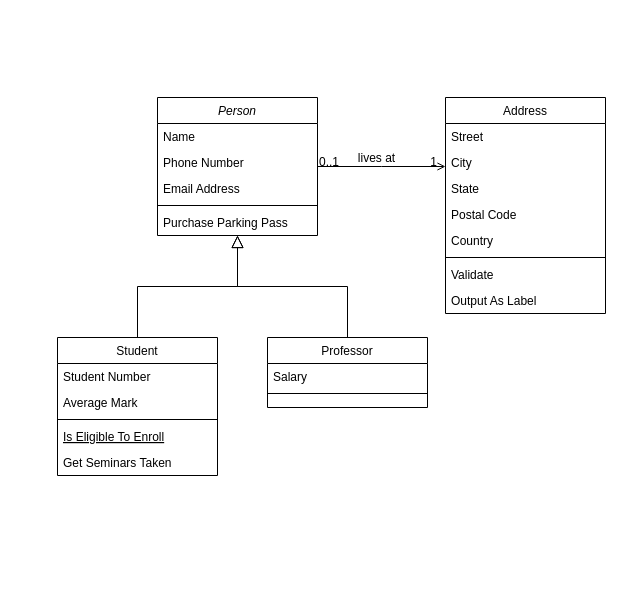
Before: Untitled Diagram.drawio in cpsany/Java, a draw.io diagram. Source tidied: cells renumbered, new cells numbered last; positions are measured from the earlier drawing's top-left corner, leaving out a move shared by most shapes. Both pictures are drawn from the tidied source at 100%, with x=0, y=0 at pixel (57, 97).
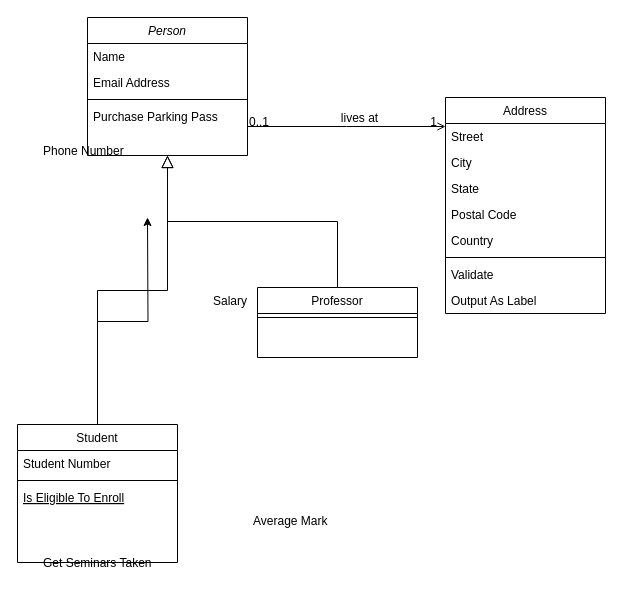
Above is the later version.

What changed in the source:
```diff
@@
     <mxCell id="2" value="Person" style="swimlane;fontStyle=2;align=center;verticalAlign=top;horizontal=1;startSize=26;rounded=0;shadow=0;strokeWidth=1;" parent="1" vertex="1">
-      <mxGeometry x="100" width="160" height="138" as="geometry" />
+      <mxGeometry x="30" y="-80" width="160" height="138" as="geometry" />
     </mxCell>
@@
-    <mxCell id="4" value="Phone Number" style="text;align=left;verticalAlign=top;spacingLeft=4;spacingRight=4;overflow=hidden;rounded=0;shadow=0;html=0;" parent="2" vertex="1">
-      <mxGeometry y="52" width="160" height="26" as="geometry" />
-    </mxCell>
     <mxCell id="5" value="Email Address" style="text;align=left;verticalAlign=top;spacingLeft=4;spacingRight=4;overflow=hidden;rounded=0;shadow=0;html=0;" parent="2" vertex="1">
-      <mxGeometry y="78" width="160" height="26" as="geometry" />
+      <mxGeometry y="52" width="160" height="26" as="geometry" />
     </mxCell>
     <mxCell id="6" style="line;html=1;strokeWidth=1;align=left;verticalAlign=middle;spacingTop=-1;spacingLeft=3;spacingRight=3;labelPosition=right;" parent="2" vertex="1">
-      <mxGeometry y="104" width="160" height="8" as="geometry" />
+      <mxGeometry y="78" width="160" height="8" as="geometry" />
     </mxCell>
     <mxCell id="7" value="Purchase Parking Pass" style="text;align=left;verticalAlign=top;spacingLeft=4;spacingRight=4;overflow=hidden;" parent="2" vertex="1">
-      <mxGeometry y="112" width="160" height="26" as="geometry" />
+      <mxGeometry y="86" width="160" height="26" as="geometry" />
     </mxCell>
+    <mxCell id="32" style="edgeStyle=orthogonalEdgeStyle;rounded=0;jettySize=auto;html=1;exitX=0.5;exitY=0;exitDx=0;exitDy=0;" parent="1" edge="1" source="8">
+      <mxGeometry relative="1" as="geometry">
+        <mxPoint x="90" y="120" as="targetPoint" />
+      </mxGeometry>
+    </mxCell>
     <mxCell id="8" value="Student" style="swimlane;fontStyle=0;align=center;verticalAlign=top;horizontal=1;startSize=26;rounded=0;shadow=0;strokeWidth=1;" parent="1" vertex="1">
-      <mxGeometry y="240" width="160" height="138" as="geometry" />
+      <mxGeometry x="-40" y="327" width="160" height="138" as="geometry" />
     </mxCell>
@@
-    <mxCell id="10" value="Average Mark" style="text;align=left;verticalAlign=top;spacingLeft=4;spacingRight=4;overflow=hidden;rounded=0;shadow=0;html=0;" parent="8" vertex="1">
-      <mxGeometry y="52" width="160" height="26" as="geometry" />
-    </mxCell>
     <mxCell id="11" style="line;html=1;strokeWidth=1;align=left;verticalAlign=middle;spacingTop=-1;spacingLeft=3;spacingRight=3;labelPosition=right;" parent="8" vertex="1">
-      <mxGeometry y="78" width="160" height="8" as="geometry" />
+      <mxGeometry y="52" width="160" height="8" as="geometry" />
     </mxCell>
     <mxCell id="12" value="Is Eligible To Enroll" style="text;align=left;verticalAlign=top;spacingLeft=4;spacingRight=4;overflow=hidden;fontStyle=4;" parent="8" vertex="1">
-      <mxGeometry y="86" width="160" height="26" as="geometry" />
+      <mxGeometry y="60" width="160" height="26" as="geometry" />
     </mxCell>
-    <mxCell id="13" value="Get Seminars Taken" style="text;align=left;verticalAlign=top;spacingLeft=4;spacingRight=4;overflow=hidden;" parent="8" vertex="1">
-      <mxGeometry y="112" width="160" height="26" as="geometry" />
-    </mxCell>
@@
     <mxCell id="15" value="Professor" style="swimlane;fontStyle=0;align=center;verticalAlign=top;horizontal=1;startSize=26;rounded=0;shadow=0;strokeWidth=1;" parent="1" vertex="1">
-      <mxGeometry x="210" y="240" width="160" height="70" as="geometry" />
+      <mxGeometry x="200" y="190" width="160" height="70" as="geometry" />
     </mxCell>
-    <mxCell id="16" value="Salary" style="text;align=left;verticalAlign=top;spacingLeft=4;spacingRight=4;overflow=hidden;" parent="15" vertex="1">
-      <mxGeometry y="26" width="160" height="26" as="geometry" />
-    </mxCell>
     <mxCell id="17" style="line;html=1;strokeWidth=1;align=left;verticalAlign=middle;spacingTop=-1;spacingLeft=3;spacingRight=3;labelPosition=right;" parent="15" vertex="1">
-      <mxGeometry y="52" width="160" height="8" as="geometry" />
+      <mxGeometry y="26" width="160" height="8" as="geometry" />
     </mxCell>
@@
+    <mxCell id="10" value="Average Mark" style="text;align=left;verticalAlign=top;spacingLeft=4;spacingRight=4;overflow=hidden;rounded=0;shadow=0;html=0;" parent="1" vertex="1">
+      <mxGeometry x="190" y="410" width="160" height="26" as="geometry" />
+    </mxCell>
+    <mxCell id="13" value="Get Seminars Taken" style="text;align=left;verticalAlign=top;spacingLeft=4;spacingRight=4;overflow=hidden;" parent="1" vertex="1">
+      <mxGeometry x="-20" y="452" width="160" height="26" as="geometry" />
+    </mxCell>
+    <mxCell id="4" value="Phone Number" style="text;align=left;verticalAlign=top;spacingLeft=4;spacingRight=4;overflow=hidden;rounded=0;shadow=0;html=0;" parent="1" vertex="1">
+      <mxGeometry x="-20" y="40" width="160" height="26" as="geometry" />
+    </mxCell>
+    <mxCell id="16" value="Salary" style="text;align=left;verticalAlign=top;spacingLeft=4;spacingRight=4;overflow=hidden;" parent="1" vertex="1">
+      <mxGeometry x="150" y="190" width="160" height="26" as="geometry" />
+    </mxCell>
```
